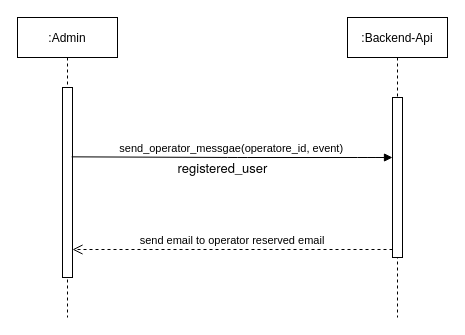
The draw.io diagram 未命名绘图.drawio in wangchengxu/How-To-Ask-Questions-The-Smart-Way, before the edit. Source tidied: cells renumbered, new cells numbered last; positions are measured from the earlier drawing's top-left corner, leaving out a move shared by most shapes. Both pictures are drawn from the tidied source at 100%, with x=0, y=0 at pixel (17, 17).
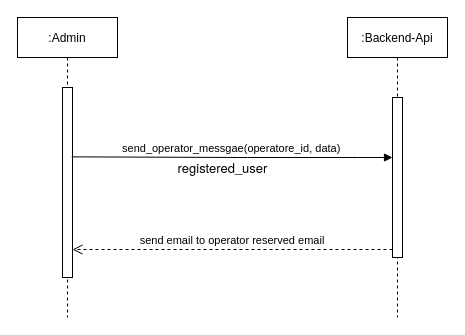
After the change.

Commit message:
send email to operator.drawio

The edit, as a diff of the source:
```diff
@@
 <mxGraphModel>
   <root>
     <mxCell id="0" />
     <mxCell id="1" parent="0" />
     <mxCell id="2" value=":Admin" style="shape=umlLifeline;perimeter=lifelinePerimeter;rounded=0;shadow=0;strokeWidth=1;" parent="1" vertex="1">
       <mxGeometry width="100" height="300" as="geometry" />
     </mxCell>
     <mxCell id="3" style="points=[];perimeter=orthogonalPerimeter;rounded=0;shadow=0;strokeWidth=1;" parent="2" vertex="1">
       <mxGeometry x="45" y="70" width="10" height="190" as="geometry" />
     </mxCell>
     <mxCell id="4" value=":Backend-Api" style="shape=umlLifeline;perimeter=lifelinePerimeter;rounded=0;shadow=0;strokeWidth=1;" parent="1" vertex="1">
       <mxGeometry x="330" width="100" height="300" as="geometry" />
     </mxCell>
     <mxCell id="5" style="points=[];perimeter=orthogonalPerimeter;rounded=0;shadow=0;strokeWidth=1;" parent="4" vertex="1">
       <mxGeometry x="45" y="80" width="10" height="160" as="geometry" />
     </mxCell>
     <mxCell id="6" value="send email to operator reserved email" style="verticalAlign=bottom;endArrow=open;dashed=1;endSize=8;exitX=0;exitY=0.95;shadow=0;strokeWidth=1;" parent="1" edge="1" source="5" target="3">
       <mxGeometry relative="1" as="geometry" />
     </mxCell>
-    <mxCell id="7" value="send_operator_messgae(operatore_id, event)" style="verticalAlign=bottom;endArrow=block;shadow=0;strokeWidth=1;exitX=0.92;exitY=0.365;exitDx=0;exitDy=0;exitPerimeter=0;" parent="1" edge="1" source="3" target="5">
+    <mxCell id="7" value="send_operator_messgae(operatore_id, data)" style="verticalAlign=bottom;endArrow=block;shadow=0;strokeWidth=1;exitX=0.92;exitY=0.365;exitDx=0;exitDy=0;exitPerimeter=0;" parent="1" edge="1" source="3" target="5">
       <mxGeometry relative="1" as="geometry">
         <Array as="points">
           <mxPoint x="220" y="140" />
           <mxPoint x="350" y="140" />
         </Array>
       </mxGeometry>
     </mxCell>
     <mxCell id="8" value="&lt;p style=&quot;margin: 0px; font-variant-numeric: normal; font-variant-east-asian: normal; font-stretch: normal; font-size: 13px; line-height: normal; font-family: &amp;quot;Helvetica Neue&amp;quot;; text-align: start;&quot; class=&quot;p1&quot;&gt;registered_user&lt;/p&gt;" style="text;html=1;align=center;verticalAlign=middle;strokeColor=none;fillColor=none;" parent="1" vertex="1">
       <mxGeometry x="150" y="135" width="110" height="30" as="geometry" />
     </mxCell>
   </root>
 </mxGraphModel>
```
